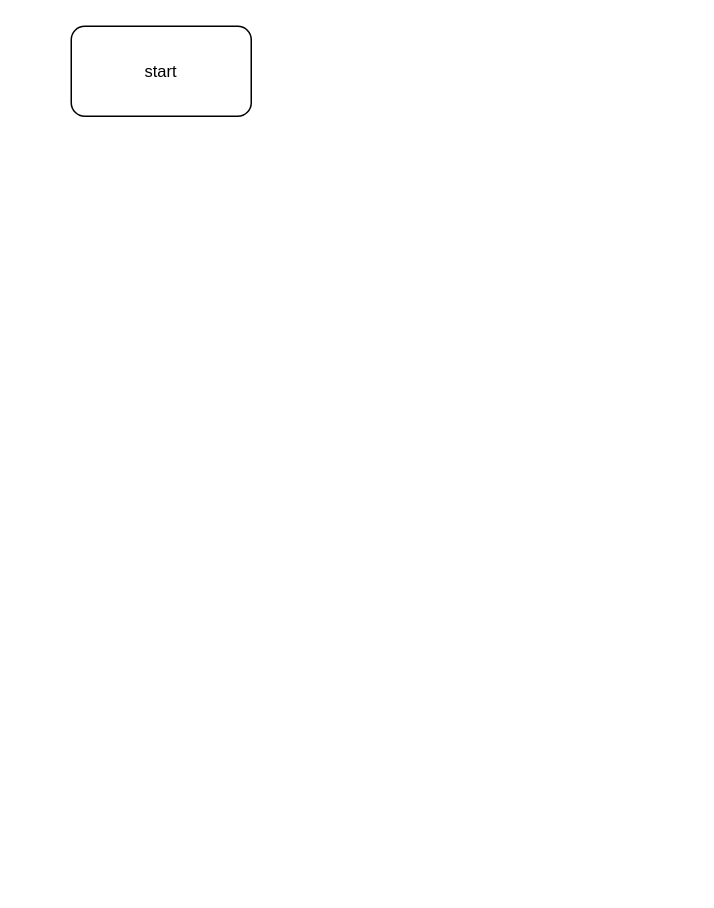
The draw.io diagram page "Exercise 8" (5 of 5) of Biểu đồ không có tiêu đề.drawio in Chuntinne/FlowChart, before the edit. Source tidied: cells renumbered, new cells numbered last; positions are measured from the earlier drawing's top-left corner, leaving out a move shared by most shapes. Both pictures are drawn from the tidied source at 150%, with x=0, y=0 at pixel (70, 26).
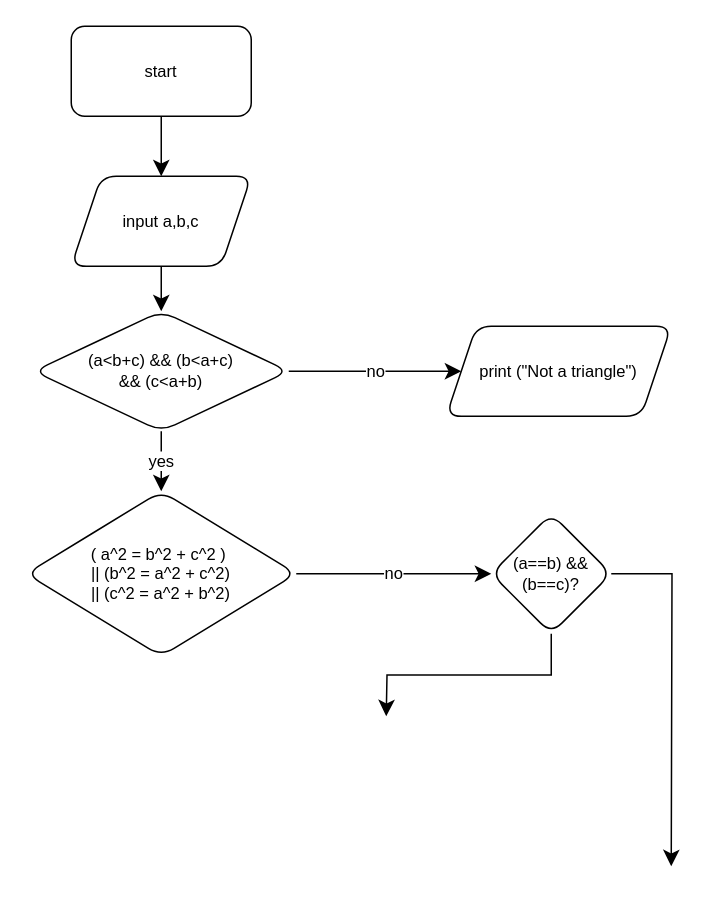
The same page after the edit.

Diff of the diagram source:
```diff
@@
 <mxGraphModel>
   <root>
     <mxCell id="0" />
     <mxCell id="1" parent="0" />
+    <mxCell id="3" style="edgeStyle=elbowEdgeStyle;shape=connector;curved=0;rounded=0;jettySize=auto;elbow=vertical;html=1;labelBackgroundColor=default;strokeColor=default;align=center;verticalAlign=middle;fontFamily=Helvetica;fontSize=11;fontColor=default;endArrow=classic;startSize=8;endSize=8;" parent="1" edge="1" source="2" target="5">
+      <mxGeometry relative="1" as="geometry" />
+    </mxCell>
     <mxCell id="2" value="start&lt;br&gt;" style="rounded=1;whiteSpace=wrap;html=1;fontFamily=Helvetica;fontSize=11;fontColor=default;" parent="1" vertex="1">
       <mxGeometry width="120" height="60" as="geometry" />
     </mxCell>
+    <mxCell id="4" style="edgeStyle=elbowEdgeStyle;shape=connector;curved=0;rounded=0;jettySize=auto;elbow=vertical;html=1;labelBackgroundColor=default;strokeColor=default;align=center;verticalAlign=middle;fontFamily=Helvetica;fontSize=11;fontColor=default;endArrow=classic;startSize=8;endSize=8;" parent="1" edge="1" source="5" target="8">
+      <mxGeometry relative="1" as="geometry" />
+    </mxCell>
+    <mxCell id="5" value="input a,b,c" style="shape=parallelogram;perimeter=parallelogramPerimeter;whiteSpace=wrap;html=1;fixedSize=1;fontSize=11;rounded=1;" parent="1" vertex="1">
+      <mxGeometry y="100" width="120" height="60" as="geometry" />
+    </mxCell>
+    <mxCell id="6" value="no" style="edgeStyle=elbowEdgeStyle;shape=connector;curved=0;rounded=0;jettySize=auto;elbow=vertical;html=1;labelBackgroundColor=default;strokeColor=default;align=center;verticalAlign=middle;fontFamily=Helvetica;fontSize=11;fontColor=default;endArrow=classic;startSize=8;endSize=8;" parent="1" edge="1" source="8" target="9">
+      <mxGeometry relative="1" as="geometry" />
+    </mxCell>
+    <mxCell id="7" value="yes" style="edgeStyle=elbowEdgeStyle;shape=connector;curved=0;rounded=0;jettySize=auto;elbow=vertical;html=1;labelBackgroundColor=default;strokeColor=default;align=center;verticalAlign=middle;fontFamily=Helvetica;fontSize=11;fontColor=default;endArrow=classic;startSize=8;endSize=8;" parent="1" edge="1" source="8" target="11">
+      <mxGeometry relative="1" as="geometry" />
+    </mxCell>
+    <mxCell id="8" value="(a&amp;lt;b+c) &amp;amp;&amp;amp; (b&amp;lt;a+c)&lt;br&gt;&amp;amp;&amp;amp; (c&amp;lt;a+b)" style="rhombus;whiteSpace=wrap;html=1;fontSize=11;rounded=1;" parent="1" vertex="1">
+      <mxGeometry x="-25" y="190" width="170" height="80" as="geometry" />
+    </mxCell>
+    <mxCell id="9" value="print (&quot;Not a triangle&quot;)" style="shape=parallelogram;perimeter=parallelogramPerimeter;whiteSpace=wrap;html=1;fixedSize=1;fontSize=11;rounded=1;" parent="1" vertex="1">
+      <mxGeometry x="250" y="200" width="150" height="60" as="geometry" />
+    </mxCell>
+    <mxCell id="10" value="no" style="edgeStyle=elbowEdgeStyle;shape=connector;curved=0;rounded=0;jettySize=auto;elbow=vertical;html=1;labelBackgroundColor=default;strokeColor=default;align=center;verticalAlign=middle;fontFamily=Helvetica;fontSize=11;fontColor=default;endArrow=classic;startSize=8;endSize=8;" parent="1" edge="1" source="11" target="14">
+      <mxGeometry relative="1" as="geometry" />
+    </mxCell>
+    <mxCell id="11" value="( a^2 = b^2 + c^2 )&amp;nbsp;&lt;br&gt;|| (b^2 = a^2 + c^2)&lt;br&gt;|| (c^2 = a^2 + b^2)" style="rhombus;whiteSpace=wrap;html=1;fontSize=11;rounded=1;" parent="1" vertex="1">
+      <mxGeometry x="-30" y="310" width="180" height="110" as="geometry" />
+    </mxCell>
+    <mxCell id="12" style="edgeStyle=orthogonalEdgeStyle;shape=connector;rounded=0;jettySize=auto;elbow=vertical;html=1;exitX=1;exitY=0.5;exitDx=0;exitDy=0;labelBackgroundColor=default;strokeColor=default;align=center;verticalAlign=middle;fontFamily=Helvetica;fontSize=11;fontColor=default;endArrow=classic;startSize=8;endSize=8;" parent="1" edge="1" source="14">
+      <mxGeometry relative="1" as="geometry">
+        <mxPoint x="400" y="560" as="targetPoint" />
+      </mxGeometry>
+    </mxCell>
+    <mxCell id="13" style="edgeStyle=orthogonalEdgeStyle;shape=connector;rounded=0;jettySize=auto;html=1;exitX=0.5;exitY=1;exitDx=0;exitDy=0;labelBackgroundColor=default;strokeColor=default;align=center;verticalAlign=middle;fontFamily=Helvetica;fontSize=11;fontColor=default;endArrow=classic;startSize=8;endSize=8;elbow=vertical;" parent="1" edge="1" source="14">
+      <mxGeometry relative="1" as="geometry">
+        <mxPoint x="210" y="460" as="targetPoint" />
+      </mxGeometry>
+    </mxCell>
+    <mxCell id="14" value="(a==b) &amp;amp;&amp;amp; (b==c)?" style="rhombus;whiteSpace=wrap;html=1;fontSize=11;rounded=1;" parent="1" vertex="1">
+      <mxGeometry x="280" y="325" width="80" height="80" as="geometry" />
+    </mxCell>
   </root>
 </mxGraphModel>
```
